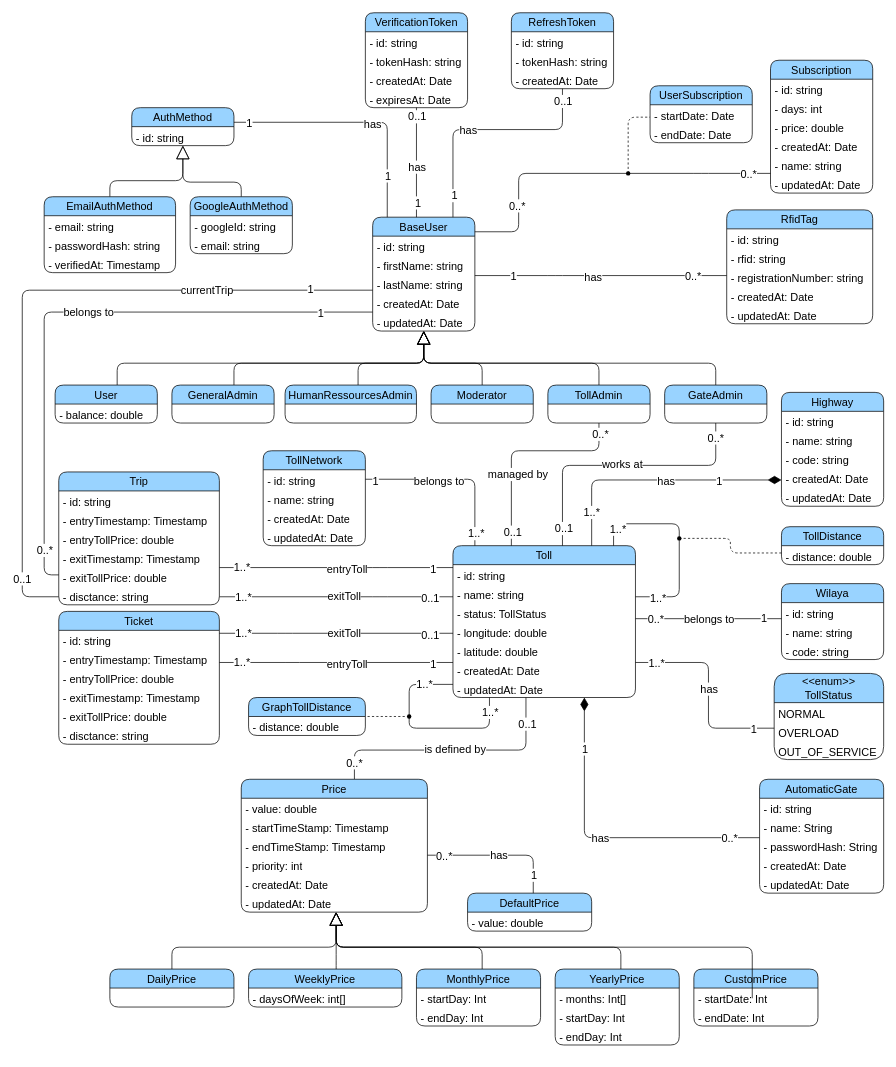
devlotfi/peage-pay keeps this draw.io diagram as diagrams/class-diagram.drawio. Above is the earlier version. Source tidied: cells renumbered, new cells numbered last; positions are measured from the earlier drawing's top-left corner, leaving out a move shared by most shapes. Both pictures are drawn from the tidied source at 73%, with x=0, y=0 at pixel (22, 12).
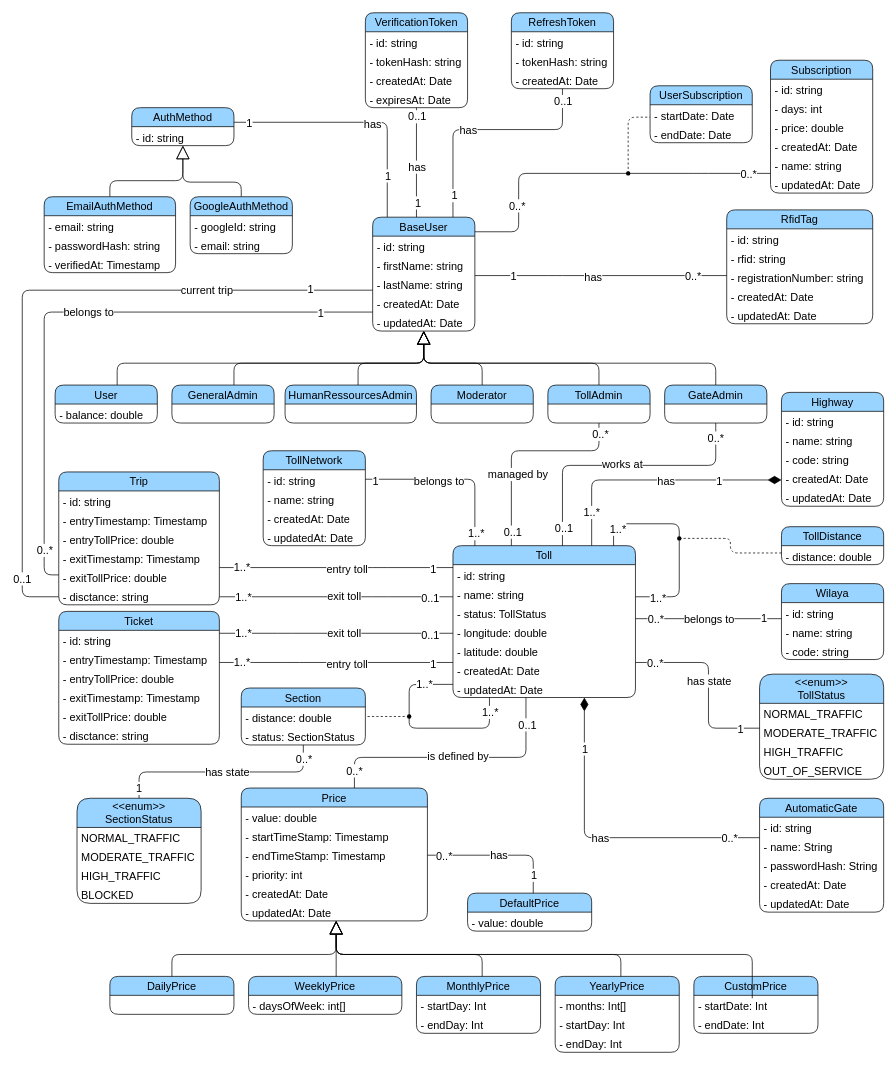
After the change.

Unchanged cells that the change refers to:
```xml
<mxCell id="8" value="Toll" style="swimlane;fontStyle=0;horizontal=1;startSize=26;fillColor=#99D3FF;whiteSpace=wrap;html=1;fontFamily=Helvetica;fontSize=15;fontColor=default;fillStyle=auto;rounded=1;glass=0;shadow=0;swimlaneFillColor=none;gradientColor=none;" parent="1" vertex="1">
  <mxGeometry x="590" y="730" width="250" height="208" as="geometry" />
</mxCell>
<mxCell id="28" style="edgeStyle=orthogonalEdgeStyle;shape=connector;curved=0;rounded=1;jettySize=auto;html=1;labelBackgroundColor=default;strokeColor=default;align=center;verticalAlign=middle;fontFamily=Helvetica;fontSize=15;fontColor=default;endArrow=none;endFill=0;endSize=24;" parent="1" edge="1" source="32" target="74">
  <mxGeometry relative="1" as="geometry">
    <Array as="points">
      <mxPoint y="380" />
      <mxPoint y="800" />
    </Array>
  </mxGeometry>
</mxCell>
<mxCell id="66" style="edgeStyle=orthogonalEdgeStyle;shape=connector;curved=0;rounded=1;jettySize=auto;html=1;labelBackgroundColor=default;strokeColor=default;align=center;verticalAlign=middle;fontFamily=Helvetica;fontSize=15;fontColor=default;endArrow=none;endFill=0;endSize=16;" parent="1" edge="1" source="74" target="8">
  <mxGeometry relative="1" as="geometry">
    <Array as="points">
      <mxPoint x="490" y="800" />
      <mxPoint x="490" y="800" />
    </Array>
  </mxGeometry>
</mxCell>
<mxCell id="70" style="edgeStyle=orthogonalEdgeStyle;shape=connector;curved=0;rounded=1;jettySize=auto;html=1;labelBackgroundColor=default;strokeColor=default;align=center;verticalAlign=middle;fontFamily=Helvetica;fontSize=15;fontColor=default;endArrow=none;endFill=0;endSize=16;" parent="1" edge="1" source="74" target="8">
  <mxGeometry relative="1" as="geometry">
    <Array as="points">
      <mxPoint x="490" y="760" />
      <mxPoint x="490" y="760" />
    </Array>
  </mxGeometry>
</mxCell>
<mxCell id="108" style="edgeStyle=orthogonalEdgeStyle;shape=connector;curved=0;rounded=1;jettySize=auto;html=1;labelBackgroundColor=default;strokeColor=default;align=center;verticalAlign=middle;fontFamily=Helvetica;fontSize=15;fontColor=default;endArrow=none;endFill=0;endSize=16;" parent="1" edge="1" source="101" target="8">
  <mxGeometry relative="1" as="geometry">
    <Array as="points">
      <mxPoint x="360" y="850" />
      <mxPoint x="360" y="850" />
    </Array>
  </mxGeometry>
</mxCell>
<mxCell id="112" style="edgeStyle=orthogonalEdgeStyle;shape=connector;curved=0;rounded=1;jettySize=auto;html=1;labelBackgroundColor=default;strokeColor=default;align=center;verticalAlign=middle;fontFamily=Helvetica;fontSize=15;fontColor=default;endArrow=none;endFill=0;endSize=16;" parent="1" edge="1" source="101" target="8">
  <mxGeometry relative="1" as="geometry">
    <Array as="points">
      <mxPoint x="370" y="890" />
      <mxPoint x="370" y="890" />
    </Array>
  </mxGeometry>
</mxCell>
<mxCell id="126" style="edgeStyle=orthogonalEdgeStyle;shape=connector;curved=0;rounded=1;jettySize=auto;html=1;labelBackgroundColor=default;strokeColor=default;align=center;verticalAlign=middle;fontFamily=Helvetica;fontSize=15;fontColor=default;endArrow=none;endFill=0;endSize=16;" parent="1" edge="1" source="130" target="8">
  <mxGeometry relative="1" as="geometry">
    <Array as="points">
      <mxPoint x="940" y="980" />
      <mxPoint x="940" y="890" />
    </Array>
  </mxGeometry>
</mxCell>
```

Diff of the diagram source:
```diff
@@
-    <mxCell id="29" value="currentTrip" style="edgeLabel;html=1;align=center;verticalAlign=middle;fontSize=15;fontFamily=Helvetica;fontColor=default;" parent="28" vertex="1">
+    <mxCell id="29" value="current trip" style="edgeLabel;html=1;align=center;verticalAlign=middle;fontSize=15;fontFamily=Helvetica;fontColor=default;" parent="28" vertex="1">
       <mxGeometry x="-0.52" y="-1" relative="1" as="geometry" />
     </mxCell>
@@
-    <mxCell id="67" value="exitToll" style="edgeLabel;html=1;align=center;verticalAlign=middle;fontSize=15;fontFamily=Helvetica;fontColor=default;" parent="66" vertex="1">
+    <mxCell id="67" value="exit toll" style="edgeLabel;html=1;align=center;verticalAlign=middle;fontSize=15;fontFamily=Helvetica;fontColor=default;" parent="66" vertex="1">
       <mxGeometry x="0.06" y="2" relative="1" as="geometry" />
     </mxCell>
@@
-    <mxCell id="71" value="entryToll" style="edgeLabel;html=1;align=center;verticalAlign=middle;fontSize=15;fontFamily=Helvetica;fontColor=default;" parent="70" vertex="1">
+    <mxCell id="71" value="entry toll" style="edgeLabel;html=1;align=center;verticalAlign=middle;fontSize=15;fontFamily=Helvetica;fontColor=default;" parent="70" vertex="1">
       <mxGeometry x="0.09" y="-1" relative="1" as="geometry" />
     </mxCell>
@@
-    <mxCell id="109" value="exitToll" style="edgeLabel;html=1;align=center;verticalAlign=middle;fontSize=15;fontFamily=Helvetica;fontColor=default;" parent="108" vertex="1">
+    <mxCell id="109" value="exit toll" style="edgeLabel;html=1;align=center;verticalAlign=middle;fontSize=15;fontFamily=Helvetica;fontColor=default;" parent="108" vertex="1">
       <mxGeometry x="0.06" y="2" relative="1" as="geometry" />
     </mxCell>
@@
-    <mxCell id="113" value="entryToll" style="edgeLabel;html=1;align=center;verticalAlign=middle;fontSize=15;fontFamily=Helvetica;fontColor=default;" parent="112" vertex="1">
+    <mxCell id="113" value="entry toll" style="edgeLabel;html=1;align=center;verticalAlign=middle;fontSize=15;fontFamily=Helvetica;fontColor=default;" parent="112" vertex="1">
       <mxGeometry x="0.09" y="-1" relative="1" as="geometry" />
     </mxCell>
@@
     <mxCell id="120" value="AutomaticGate" style="swimlane;fontStyle=0;horizontal=1;startSize=26;fillColor=#99D3FF;whiteSpace=wrap;html=1;fontFamily=Helvetica;fontSize=15;fontColor=default;fillStyle=auto;rounded=1;glass=0;shadow=0;swimlaneFillColor=none;gradientColor=none;" parent="1" vertex="1">
-      <mxGeometry x="1010" y="1050" width="170" height="156" as="geometry" />
+      <mxGeometry x="1010" y="1076" width="170" height="156" as="geometry" />
     </mxCell>
@@
-    <mxCell id="127" value="has" style="edgeLabel;html=1;align=center;verticalAlign=middle;fontSize=15;fontFamily=Helvetica;fontColor=default;" parent="126" vertex="1">
+    <mxCell id="127" value="has state" style="edgeLabel;html=1;align=center;verticalAlign=middle;fontSize=15;fontFamily=Helvetica;fontColor=default;" parent="126" vertex="1">
       <mxGeometry x="-0.12" relative="1" as="geometry">
         <mxPoint y="-22" as="offset" />
       </mxGeometry>
     </mxCell>
@@
-    <mxCell id="129" value="1..*" style="edgeLabel;html=1;align=center;verticalAlign=middle;fontSize=15;fontFamily=Helvetica;fontColor=default;" parent="126" vertex="1">
+    <mxCell id="129" value="0..*" style="edgeLabel;html=1;align=center;verticalAlign=middle;fontSize=15;fontFamily=Helvetica;fontColor=default;" parent="126" vertex="1">
       <mxGeometry x="0.8" y="2" relative="1" as="geometry">
         <mxPoint y="-2" as="offset" />
       </mxGeometry>
     </mxCell>
     <mxCell id="130" value="&amp;lt;&amp;lt;enum&amp;gt;&amp;gt;&lt;br style=&quot;font-size: 15px;&quot;&gt;TollStatus" style="swimlane;fontStyle=0;horizontal=1;startSize=40;fillColor=#99D3FF;whiteSpace=wrap;html=1;fontFamily=Helvetica;fontSize=15;fontColor=default;fillStyle=auto;rounded=1;glass=0;shadow=0;swimlaneFillColor=none;gradientColor=none;" parent="1" vertex="1">
-      <mxGeometry x="1030" y="905" width="150" height="118" as="geometry" />
+      <mxGeometry x="1010" y="906" width="170" height="144" as="geometry" />
     </mxCell>
-    <mxCell id="131" value="NORMAL" style="text;strokeColor=none;fillColor=none;align=left;verticalAlign=top;spacingLeft=4;spacingRight=4;overflow=hidden;whiteSpace=wrap;html=1;fontSize=15;fontFamily=Helvetica;fontColor=default;" parent="130" vertex="1">
-      <mxGeometry y="40" width="150" height="26" as="geometry" />
+    <mxCell id="131" value="NORMAL_TRAFFIC" style="text;strokeColor=none;fillColor=none;align=left;verticalAlign=top;spacingLeft=4;spacingRight=4;overflow=hidden;whiteSpace=wrap;html=1;fontSize=15;fontFamily=Helvetica;fontColor=default;" parent="130" vertex="1">
+      <mxGeometry y="40" width="170" height="26" as="geometry" />
     </mxCell>
-    <mxCell id="132" value="OVERLOAD" style="text;strokeColor=none;fillColor=none;align=left;verticalAlign=top;spacingLeft=4;spacingRight=4;overflow=hidden;whiteSpace=wrap;html=1;fontSize=15;fontFamily=Helvetica;fontColor=default;" parent="130" vertex="1">
-      <mxGeometry y="66" width="150" height="26" as="geometry" />
-    </mxCell>
+    <mxCell id="229" value="MODERATE_TRAFFIC" style="text;strokeColor=none;fillColor=none;align=left;verticalAlign=top;spacingLeft=4;spacingRight=4;overflow=hidden;whiteSpace=wrap;html=1;fontSize=15;fontFamily=Helvetica;fontColor=default;" parent="130" vertex="1">
+      <mxGeometry y="66" width="170" height="26" as="geometry" />
+    </mxCell>
+    <mxCell id="230" value="HIGH_TRAFFIC" style="text;strokeColor=none;fillColor=none;align=left;verticalAlign=top;spacingLeft=4;spacingRight=4;overflow=hidden;whiteSpace=wrap;html=1;fontSize=15;fontFamily=Helvetica;fontColor=default;" parent="130" vertex="1">
+      <mxGeometry y="92" width="170" height="26" as="geometry" />
+    </mxCell>
     <mxCell id="133" value="OUT_OF_SERVICE" style="text;strokeColor=none;fillColor=none;align=left;verticalAlign=top;spacingLeft=4;spacingRight=4;overflow=hidden;whiteSpace=wrap;html=1;fontSize=15;fontFamily=Helvetica;fontColor=default;" parent="130" vertex="1">
-      <mxGeometry y="92" width="150" height="26" as="geometry" />
+      <mxGeometry y="118" width="170" height="26" as="geometry" />
     </mxCell>
@@
     <mxCell id="138" value="DailyPrice" style="swimlane;fontStyle=0;horizontal=1;startSize=26;fillColor=#99D3FF;whiteSpace=wrap;html=1;fontFamily=Helvetica;fontSize=15;fontColor=default;fillStyle=auto;rounded=1;glass=0;shadow=0;swimlaneFillColor=none;gradientColor=none;" parent="1" vertex="1">
-      <mxGeometry x="120" y="1310" width="170" height="52" as="geometry" />
+      <mxGeometry x="120" y="1320" width="170" height="52" as="geometry" />
     </mxCell>
     <mxCell id="139" value="WeeklyPrice" style="swimlane;fontStyle=0;horizontal=1;startSize=26;fillColor=#99D3FF;whiteSpace=wrap;html=1;fontFamily=Helvetica;fontSize=15;fontColor=default;fillStyle=auto;rounded=1;glass=0;shadow=0;swimlaneFillColor=none;gradientColor=none;" parent="1" vertex="1">
-      <mxGeometry x="310" y="1310" width="210" height="52" as="geometry" />
+      <mxGeometry x="310" y="1320" width="210" height="52" as="geometry" />
     </mxCell>
@@
     <mxCell id="141" value="MonthlyPrice" style="swimlane;fontStyle=0;horizontal=1;startSize=26;fillColor=#99D3FF;whiteSpace=wrap;html=1;fontFamily=Helvetica;fontSize=15;fontColor=default;fillStyle=auto;rounded=1;glass=0;shadow=0;swimlaneFillColor=none;gradientColor=none;" parent="1" vertex="1">
-      <mxGeometry x="540" y="1310" width="170" height="78" as="geometry" />
+      <mxGeometry x="540" y="1320" width="170" height="78" as="geometry" />
     </mxCell>
@@
     <mxCell id="144" value="YearlyPrice" style="swimlane;fontStyle=0;horizontal=1;startSize=26;fillColor=#99D3FF;whiteSpace=wrap;html=1;fontFamily=Helvetica;fontSize=15;fontColor=default;fillStyle=auto;rounded=1;glass=0;shadow=0;swimlaneFillColor=none;gradientColor=none;" parent="1" vertex="1">
-      <mxGeometry x="730" y="1310" width="170" height="104" as="geometry" />
+      <mxGeometry x="730" y="1320" width="170" height="104" as="geometry" />
     </mxCell>
@@
     <mxCell id="148" value="CustomPrice" style="swimlane;fontStyle=0;horizontal=1;startSize=26;fillColor=#99D3FF;whiteSpace=wrap;html=1;fontFamily=Helvetica;fontSize=15;fontColor=default;fillStyle=auto;rounded=1;glass=0;shadow=0;swimlaneFillColor=none;gradientColor=none;" parent="1" vertex="1">
-      <mxGeometry x="920" y="1310" width="170" height="78" as="geometry" />
+      <mxGeometry x="920" y="1320" width="170" height="78" as="geometry" />
     </mxCell>
@@
     <mxCell id="151" style="edgeStyle=orthogonalEdgeStyle;rounded=1;jettySize=auto;html=1;strokeColor=default;align=center;verticalAlign=middle;fontFamily=Helvetica;fontSize=15;fontColor=default;labelBackgroundColor=default;endArrow=none;endFill=0;endSize=16;" parent="1" edge="1" source="159" target="8">
       <mxGeometry relative="1" as="geometry">
         <Array as="points">
-          <mxPoint x="455" y="1010" />
-          <mxPoint x="690" y="1010" />
+          <mxPoint x="455" y="1020" />
+          <mxPoint x="690" y="1020" />
         </Array>
       </mxGeometry>
     </mxCell>
@@
     <mxCell id="159" value="Price" style="swimlane;fontStyle=0;horizontal=1;startSize=26;fillColor=#99D3FF;whiteSpace=wrap;html=1;fontFamily=Helvetica;fontSize=15;fontColor=default;fillStyle=auto;rounded=1;glass=0;shadow=0;swimlaneFillColor=none;gradientColor=none;" parent="1" vertex="1">
-      <mxGeometry x="300" y="1050" width="255" height="182" as="geometry" />
+      <mxGeometry x="300" y="1062" width="255" height="182" as="geometry" />
     </mxCell>
@@
     <mxCell id="166" style="edgeStyle=orthogonalEdgeStyle;shape=connector;curved=0;rounded=1;jettySize=auto;html=1;labelBackgroundColor=default;strokeColor=default;align=center;verticalAlign=middle;fontFamily=Helvetica;fontSize=15;fontColor=default;endArrow=block;endFill=0;endSize=16;" parent="1" edge="1" source="141" target="159">
       <mxGeometry relative="1" as="geometry">
         <Array as="points">
-          <mxPoint x="630" y="1280" />
-          <mxPoint x="430" y="1280" />
+          <mxPoint x="630" y="1290" />
+          <mxPoint x="430" y="1290" />
         </Array>
       </mxGeometry>
     </mxCell>
@@
     <mxCell id="168" style="edgeStyle=orthogonalEdgeStyle;shape=connector;curved=0;rounded=1;jettySize=auto;html=1;labelBackgroundColor=default;strokeColor=default;align=center;verticalAlign=middle;fontFamily=Helvetica;fontSize=15;fontColor=default;endArrow=block;endFill=0;endSize=16;" parent="1" edge="1" source="138" target="159">
       <mxGeometry relative="1" as="geometry">
         <Array as="points">
-          <mxPoint x="205" y="1280" />
-          <mxPoint x="430" y="1280" />
+          <mxPoint x="205" y="1290" />
+          <mxPoint x="430" y="1290" />
         </Array>
       </mxGeometry>
     </mxCell>
     <mxCell id="169" style="edgeStyle=orthogonalEdgeStyle;shape=connector;curved=0;rounded=1;jettySize=auto;html=1;labelBackgroundColor=default;strokeColor=default;align=center;verticalAlign=middle;fontFamily=Helvetica;fontSize=15;fontColor=default;endArrow=block;endFill=0;endSize=16;" parent="1" edge="1" source="144" target="159">
       <mxGeometry relative="1" as="geometry">
         <Array as="points">
-          <mxPoint x="820" y="1280" />
-          <mxPoint x="430" y="1280" />
+          <mxPoint x="820" y="1290" />
+          <mxPoint x="430" y="1290" />
         </Array>
       </mxGeometry>
     </mxCell>
     <mxCell id="170" style="edgeStyle=orthogonalEdgeStyle;shape=connector;curved=0;rounded=1;jettySize=auto;html=1;labelBackgroundColor=default;strokeColor=default;align=center;verticalAlign=middle;fontFamily=Helvetica;fontSize=15;fontColor=default;endArrow=block;endFill=0;endSize=16;" parent="1" edge="1" target="159">
       <mxGeometry relative="1" as="geometry">
         <mxPoint x="1000" y="1350" as="sourcePoint" />
         <Array as="points">
-          <mxPoint x="1000" y="1280" />
-          <mxPoint x="430" y="1280" />
+          <mxPoint x="1000" y="1290" />
+          <mxPoint x="430" y="1290" />
         </Array>
       </mxGeometry>
     </mxCell>
@@
-    <mxCell id="196" value="GraphTollDistance" style="swimlane;fontStyle=0;horizontal=1;startSize=26;whiteSpace=wrap;html=1;fontFamily=Helvetica;fontSize=15;fillStyle=auto;rounded=1;fillColor=#99D3FF;glass=0;shadow=0;swimlaneFillColor=none;gradientColor=none;fontColor=default;" parent="1" vertex="1">
-      <mxGeometry x="310" y="938" width="160" height="52" as="geometry" />
+    <mxCell id="196" value="Section" style="swimlane;fontStyle=0;horizontal=1;startSize=26;whiteSpace=wrap;html=1;fontFamily=Helvetica;fontSize=15;fillStyle=auto;rounded=1;fillColor=#99D3FF;glass=0;shadow=0;swimlaneFillColor=none;gradientColor=none;fontColor=default;" parent="1" vertex="1">
+      <mxGeometry x="300" y="925" width="170" height="78" as="geometry" />
     </mxCell>
     <mxCell id="197" value="- distance: double" style="text;strokeColor=none;fillColor=none;align=left;verticalAlign=top;spacingLeft=4;spacingRight=4;overflow=hidden;whiteSpace=wrap;html=1;fontSize=15;fontFamily=Helvetica;fontColor=default;" parent="196" vertex="1">
-      <mxGeometry y="26" width="160" height="26" as="geometry" />
+      <mxGeometry y="26" width="170" height="26" as="geometry" />
     </mxCell>
+    <mxCell id="231" value="- status: SectionStatus" style="text;strokeColor=none;fillColor=none;align=left;verticalAlign=top;spacingLeft=4;spacingRight=4;overflow=hidden;whiteSpace=wrap;html=1;fontSize=15;fontFamily=Helvetica;fontColor=default;" parent="196" vertex="1">
+      <mxGeometry y="52" width="170" height="26" as="geometry" />
+    </mxCell>
@@
+    <mxCell id="232" style="edgeStyle=orthogonalEdgeStyle;rounded=1;jettySize=auto;html=1;strokeColor=default;align=center;verticalAlign=middle;fontFamily=Helvetica;fontSize=15;fontColor=default;labelBackgroundColor=default;endArrow=none;endFill=0;endSize=16;" parent="1" edge="1" source="236" target="196">
+      <mxGeometry relative="1" as="geometry">
+        <Array as="points">
+          <mxPoint x="160" y="1040" />
+          <mxPoint x="385" y="1040" />
+        </Array>
+      </mxGeometry>
+    </mxCell>
+    <mxCell id="233" value="1" style="edgeLabel;html=1;align=center;verticalAlign=middle;fontFamily=Helvetica;fontSize=15;fontColor=default;labelBackgroundColor=default;" parent="232" vertex="1">
+      <mxGeometry x="-0.9" y="1" relative="1" as="geometry" />
+    </mxCell>
+    <mxCell id="234" value="0..*" style="edgeLabel;html=1;align=center;verticalAlign=middle;fontFamily=Helvetica;fontSize=15;fontColor=default;labelBackgroundColor=default;" parent="232" vertex="1">
+      <mxGeometry x="0.88" relative="1" as="geometry" />
+    </mxCell>
+    <mxCell id="235" value="has state" style="edgeLabel;html=1;align=center;verticalAlign=middle;fontFamily=Helvetica;fontSize=15;fontColor=default;labelBackgroundColor=default;" parent="232" vertex="1">
+      <mxGeometry x="0.05" y="1" relative="1" as="geometry" />
+    </mxCell>
+    <mxCell id="236" value="&amp;lt;&amp;lt;enum&amp;gt;&amp;gt;&lt;br style=&quot;font-size: 15px;&quot;&gt;SectionStatus" style="swimlane;fontStyle=0;horizontal=1;startSize=40;fillColor=#99D3FF;whiteSpace=wrap;html=1;fontFamily=Helvetica;fontSize=15;fontColor=default;fillStyle=auto;rounded=1;glass=0;shadow=0;swimlaneFillColor=none;gradientColor=none;" parent="1" vertex="1">
+      <mxGeometry x="75" y="1076" width="170" height="144" as="geometry" />
+    </mxCell>
+    <mxCell id="237" value="NORMAL_TRAFFIC" style="text;strokeColor=none;fillColor=none;align=left;verticalAlign=top;spacingLeft=4;spacingRight=4;overflow=hidden;whiteSpace=wrap;html=1;fontSize=15;fontFamily=Helvetica;fontColor=default;" parent="236" vertex="1">
+      <mxGeometry y="40" width="170" height="26" as="geometry" />
+    </mxCell>
+    <mxCell id="238" value="MODERATE_TRAFFIC" style="text;strokeColor=none;fillColor=none;align=left;verticalAlign=top;spacingLeft=4;spacingRight=4;overflow=hidden;whiteSpace=wrap;html=1;fontSize=15;fontFamily=Helvetica;fontColor=default;" parent="236" vertex="1">
+      <mxGeometry y="66" width="170" height="26" as="geometry" />
+    </mxCell>
+    <mxCell id="239" value="HIGH_TRAFFIC" style="text;strokeColor=none;fillColor=none;align=left;verticalAlign=top;spacingLeft=4;spacingRight=4;overflow=hidden;whiteSpace=wrap;html=1;fontSize=15;fontFamily=Helvetica;fontColor=default;" parent="236" vertex="1">
+      <mxGeometry y="92" width="170" height="26" as="geometry" />
+    </mxCell>
+    <mxCell id="240" value="BLOCKED" style="text;strokeColor=none;fillColor=none;align=left;verticalAlign=top;spacingLeft=4;spacingRight=4;overflow=hidden;whiteSpace=wrap;html=1;fontSize=15;fontFamily=Helvetica;fontColor=default;" parent="236" vertex="1">
+      <mxGeometry y="118" width="170" height="26" as="geometry" />
+    </mxCell>
```
